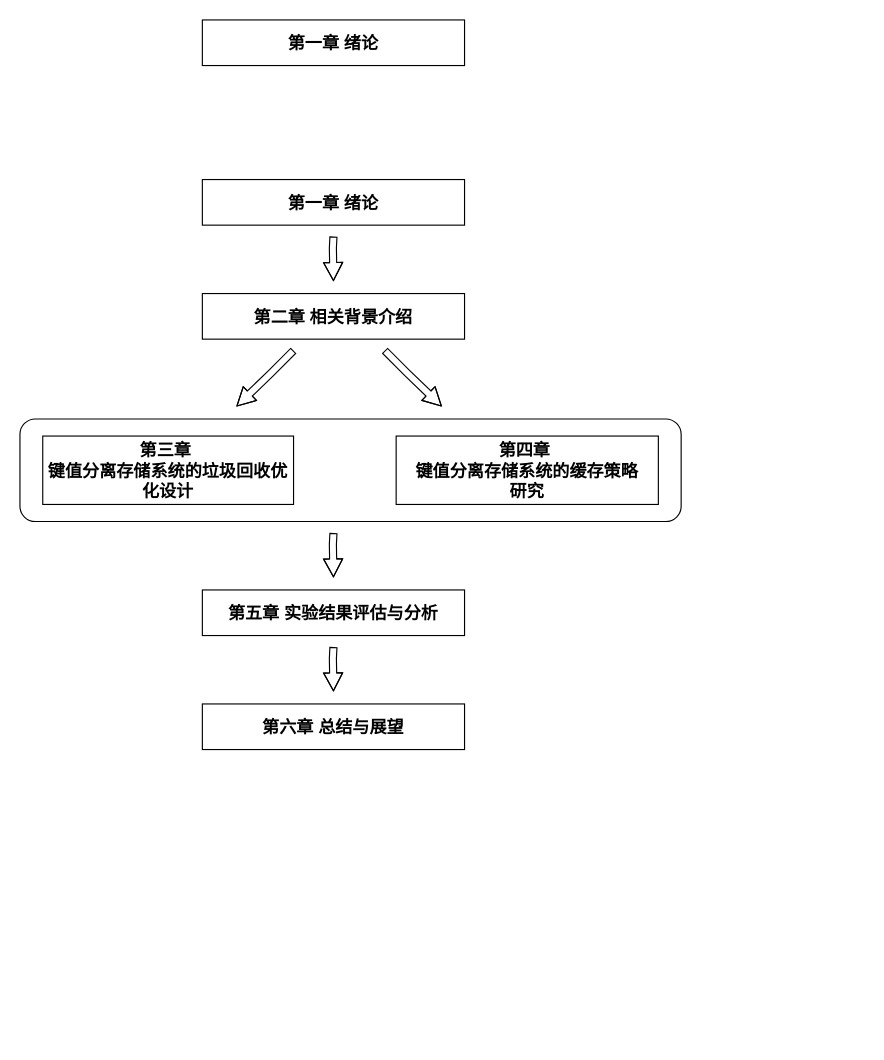
Earlier version of the draw.io diagram page "第 8 页" (8 of 8) of RabbitKV.drawio (yeqiyi/drawIO). Source tidied: cells renumbered, new cells numbered last; positions are measured from the earlier drawing's top-left corner, leaving out a move shared by most shapes. Both pictures are drawn from the tidied source at 114%, with x=0, y=0 at pixel (19, 19).
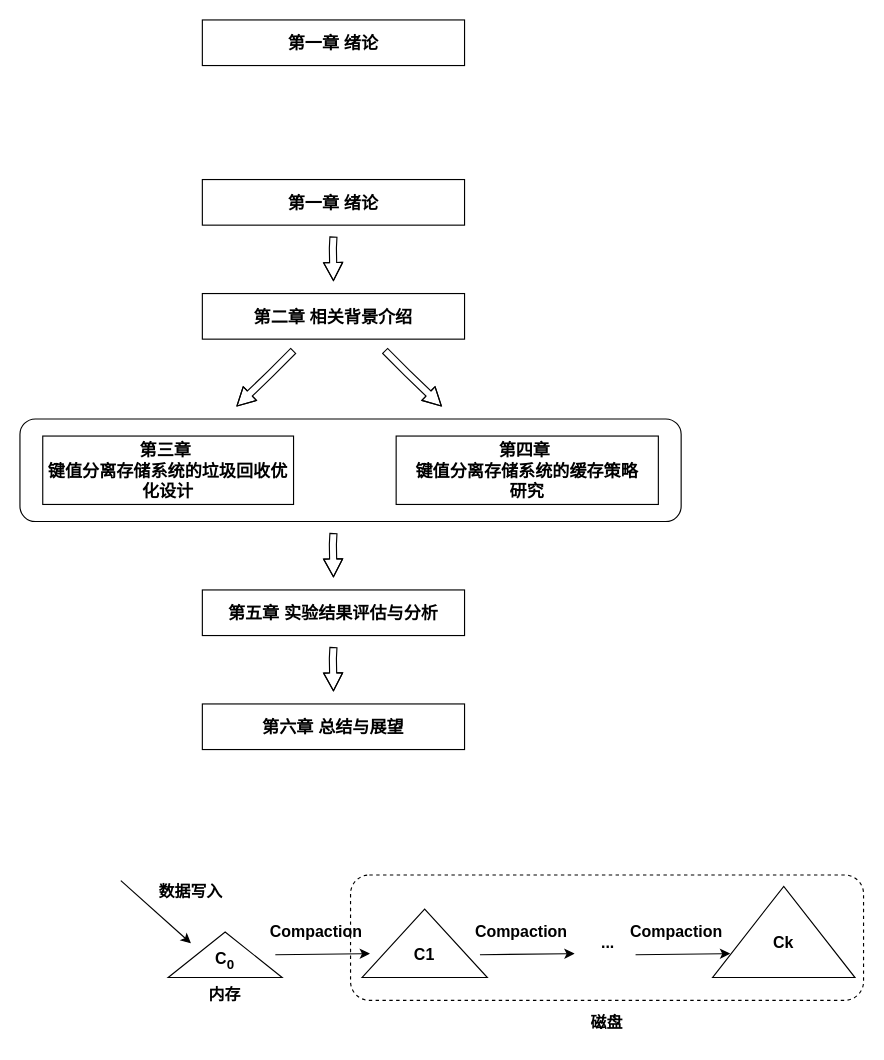
The same page after the edit.

Diff of the diagram source:
```diff
@@
+    <mxCell id="15" style="triangle;whiteSpace=wrap;html=1;rotation=-90;" parent="1" vertex="1">
+      <mxGeometry x="160" y="770" width="40" height="100" as="geometry" />
+    </mxCell>
+    <mxCell id="16" value="&lt;b style=&quot;font-size: 14px;&quot;&gt;C&lt;sub&gt;0&lt;/sub&gt;&lt;/b&gt;" style="text;html=1;strokeColor=none;fillColor=none;align=center;verticalAlign=middle;whiteSpace=wrap;rounded=0;" parent="1" vertex="1">
+      <mxGeometry x="150" y="810" width="60" height="30" as="geometry" />
+    </mxCell>
+    <mxCell id="17" style="triangle;whiteSpace=wrap;html=1;rotation=-90;" parent="1" vertex="1">
+      <mxGeometry x="325" y="755" width="60" height="110" as="geometry" />
+    </mxCell>
+    <mxCell id="18" value="&lt;b style=&quot;font-size: 14px;&quot;&gt;C&lt;span style=&quot;&quot;&gt;1&lt;/span&gt;&lt;/b&gt;" style="text;html=1;strokeColor=none;fillColor=none;align=center;verticalAlign=middle;whiteSpace=wrap;rounded=0;" parent="1" vertex="1">
+      <mxGeometry x="325" y="805" width="60" height="30" as="geometry" />
+    </mxCell>
+    <mxCell id="19" style="triangle;whiteSpace=wrap;html=1;rotation=-90;" parent="1" vertex="1">
+      <mxGeometry x="630" y="737.5" width="80" height="125" as="geometry" />
+    </mxCell>
+    <mxCell id="20" value="&lt;b style=&quot;font-size: 14px;&quot;&gt;C&lt;span style=&quot;&quot;&gt;k&lt;/span&gt;&lt;/b&gt;" style="text;html=1;strokeColor=none;fillColor=none;align=center;verticalAlign=middle;whiteSpace=wrap;rounded=0;" parent="1" vertex="1">
+      <mxGeometry x="640" y="795" width="60" height="30" as="geometry" />
+    </mxCell>
+    <mxCell id="21" style="endArrow=classic;html=1;rounded=0;" parent="1" edge="1">
+      <mxGeometry relative="1" as="geometry">
+        <mxPoint x="224" y="820" as="sourcePoint" />
+        <mxPoint x="307" y="819" as="targetPoint" />
+      </mxGeometry>
+    </mxCell>
+    <mxCell id="22" value="&lt;span style=&quot;font-size: 14px;&quot;&gt;&lt;b&gt;Compaction&lt;/b&gt;&lt;/span&gt;" style="text;html=1;strokeColor=none;fillColor=none;align=center;verticalAlign=middle;whiteSpace=wrap;rounded=0;" parent="1" vertex="1">
+      <mxGeometry x="230" y="785" width="60" height="30" as="geometry" />
+    </mxCell>
+    <mxCell id="23" style="endArrow=classic;html=1;rounded=0;" parent="1" edge="1">
+      <mxGeometry relative="1" as="geometry">
+        <mxPoint x="403.5" y="820" as="sourcePoint" />
+        <mxPoint x="486.5" y="819" as="targetPoint" />
+      </mxGeometry>
+    </mxCell>
+    <mxCell id="24" value="&lt;span style=&quot;font-size: 14px;&quot;&gt;&lt;b&gt;Compaction&lt;/b&gt;&lt;/span&gt;" style="text;html=1;strokeColor=none;fillColor=none;align=center;verticalAlign=middle;whiteSpace=wrap;rounded=0;" parent="1" vertex="1">
+      <mxGeometry x="409.5" y="785" width="60" height="30" as="geometry" />
+    </mxCell>
+    <mxCell id="25" style="endArrow=classic;html=1;rounded=0;" parent="1" edge="1">
+      <mxGeometry relative="1" as="geometry">
+        <mxPoint x="540" y="820" as="sourcePoint" />
+        <mxPoint x="623" y="819" as="targetPoint" />
+      </mxGeometry>
+    </mxCell>
+    <mxCell id="26" value="&lt;span style=&quot;font-size: 14px;&quot;&gt;&lt;span&gt;Compaction&lt;/span&gt;&lt;/span&gt;" style="text;html=1;strokeColor=none;fillColor=none;align=center;verticalAlign=middle;whiteSpace=wrap;rounded=0;fontStyle=1;" parent="1" vertex="1">
+      <mxGeometry x="546" y="785" width="60" height="30" as="geometry" />
+    </mxCell>
+    <mxCell id="27" value="&lt;span style=&quot;font-size: 14px;&quot;&gt;&lt;b&gt;...&lt;/b&gt;&lt;/span&gt;" style="text;html=1;strokeColor=none;fillColor=none;align=center;verticalAlign=middle;whiteSpace=wrap;rounded=0;" parent="1" vertex="1">
+      <mxGeometry x="486" y="795" width="60" height="30" as="geometry" />
+    </mxCell>
+    <mxCell id="28" value="&lt;span style=&quot;font-size: 14px;&quot;&gt;&lt;b&gt;磁盘&lt;/b&gt;&lt;/span&gt;" style="text;html=1;strokeColor=none;fillColor=none;align=center;verticalAlign=middle;whiteSpace=wrap;rounded=0;" parent="1" vertex="1">
+      <mxGeometry x="485" y="865" width="60" height="30" as="geometry" />
+    </mxCell>
+    <mxCell id="29" value="&lt;span style=&quot;font-size: 14px;&quot;&gt;&lt;b&gt;内存&lt;/b&gt;&lt;/span&gt;" style="text;html=1;strokeColor=none;fillColor=none;align=center;verticalAlign=middle;whiteSpace=wrap;rounded=0;" parent="1" vertex="1">
+      <mxGeometry x="150" y="840" width="60" height="30" as="geometry" />
+    </mxCell>
+    <mxCell id="30" style="endArrow=classic;html=1;rounded=0;entryX=0;entryY=0;entryDx=0;entryDy=0;" parent="1" edge="1" target="16">
+      <mxGeometry relative="1" as="geometry">
+        <mxPoint x="88.5" y="755" as="sourcePoint" />
+      </mxGeometry>
+    </mxCell>
+    <mxCell id="31" value="&lt;span style=&quot;font-size: 14px;&quot;&gt;&lt;b&gt;数据写入&lt;/b&gt;&lt;/span&gt;" style="text;html=1;strokeColor=none;fillColor=none;align=center;verticalAlign=middle;whiteSpace=wrap;rounded=0;" parent="1" vertex="1">
+      <mxGeometry x="120" y="750" width="60" height="30" as="geometry" />
+    </mxCell>
+    <mxCell id="32" style="rounded=1;whiteSpace=wrap;html=1;fillColor=none;dashed=1;" parent="1" vertex="1">
+      <mxGeometry x="290" y="750" width="450" height="110" as="geometry" />
+    </mxCell>
```
